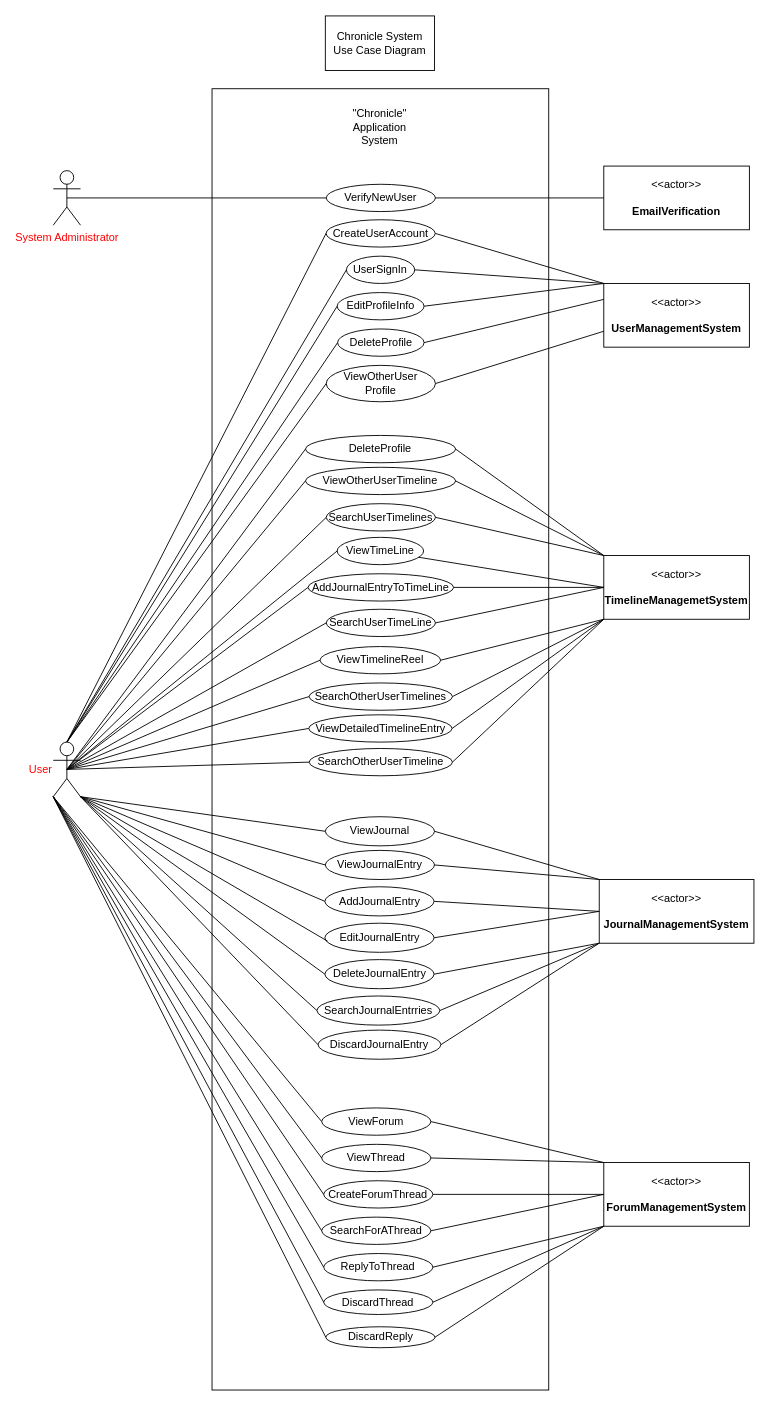
Vaibhav-G-Parmar/Chronicle-Your-Ultimate-Travel-Companion keeps this draw.io diagram as page "ApplicationSystemUseCaseDiagram" (1 of 17) of Week-7-Team-04-Use Case Diagrams (2).drawio. Above is the earlier version. Source tidied: cells renumbered, new cells numbered last; positions are measured from the earlier drawing's top-left corner, leaving out a move shared by most shapes. Both pictures are drawn from the tidied source at 91%, with x=0, y=0 at pixel (53, 15).
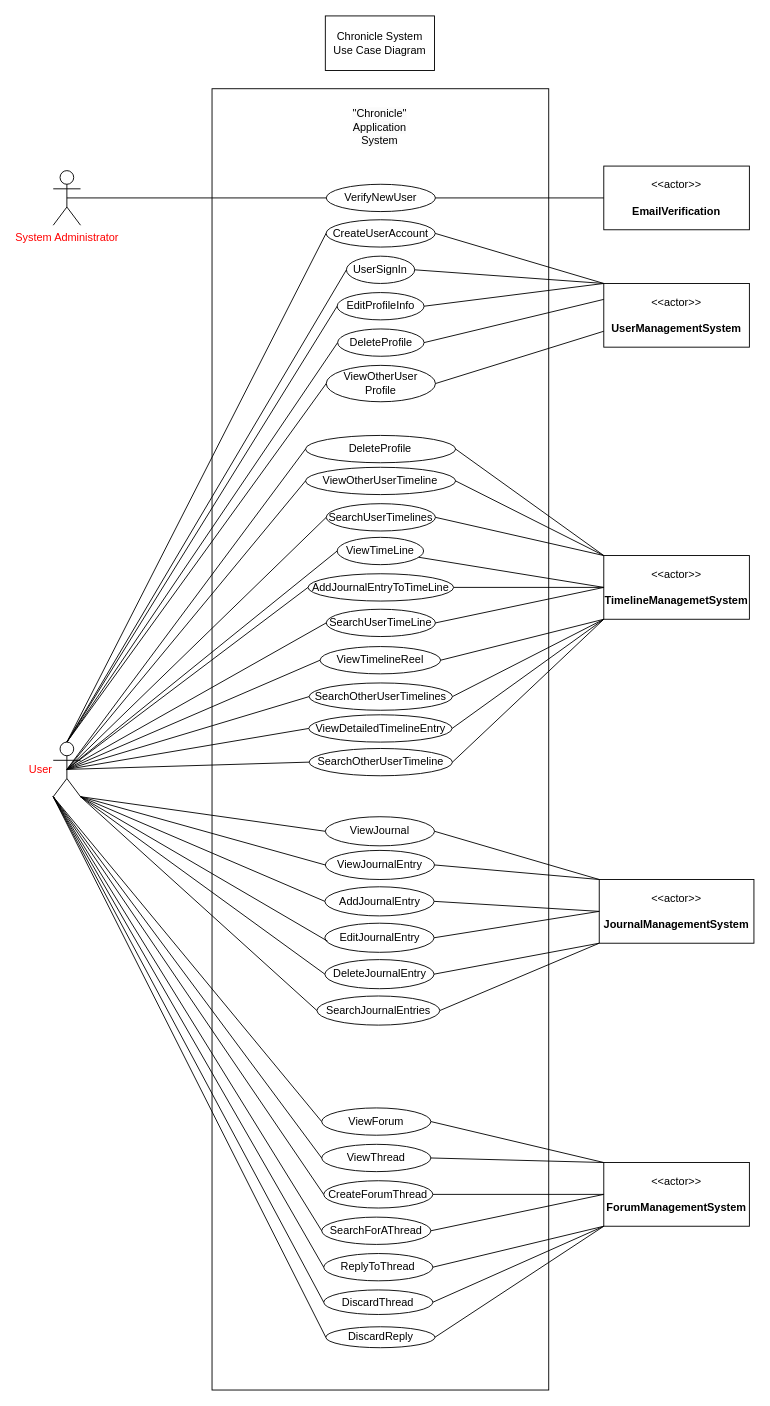
Above is the later version.

Unchanged cells that the change refers to:
```xml
<mxCell id="42" value="&amp;lt;&amp;lt;actor&amp;gt;&amp;gt;&lt;br&gt;&lt;br&gt;&lt;b&gt;JournalManagementSystem&lt;br&gt;&lt;/b&gt;" style="html=1;align=center;verticalAlign=middle;dashed=0;whiteSpace=wrap;" parent="1" vertex="1">
  <mxGeometry x="600" y="949" width="170" height="70" as="geometry" />
</mxCell>
<mxCell id="82" value="User" style="shape=umlActor;verticalLabelPosition=middle;verticalAlign=middle;html=1;outlineConnect=0;fontColor=#ff0000;labelPosition=left;align=right;" parent="1" vertex="1">
  <mxGeometry y="798" width="30" height="60" as="geometry" />
</mxCell>
```

The edit, as a diff of the source:
```diff
@@
-    <mxCell id="44" value="SearchJournalEntrries" style="ellipse;whiteSpace=wrap;html=1;" parent="1" vertex="1">
+    <mxCell id="44" value="SearchJournalEntries" style="ellipse;whiteSpace=wrap;html=1;" parent="1" vertex="1">
       <mxGeometry x="289.8" y="1077" width="135" height="32" as="geometry" />
     </mxCell>
@@
-    <mxCell id="63" value="DiscardJournalEntry" style="ellipse;whiteSpace=wrap;html=1;" parent="1" vertex="1">
-      <mxGeometry x="291" y="1114.5" width="135" height="32" as="geometry" />
-    </mxCell>
-    <mxCell id="64" style="endArrow=none;html=1;rounded=0;entryX=0;entryY=0.5;entryDx=0;entryDy=0;exitX=1;exitY=1;exitDx=0;exitDy=0;exitPerimeter=0;" parent="1" edge="1" source="82" target="63">
-      <mxGeometry relative="1" as="geometry" />
-    </mxCell>
-    <mxCell id="65" style="endArrow=none;html=1;rounded=0;exitX=1;exitY=0.5;exitDx=0;exitDy=0;entryX=0;entryY=1;entryDx=0;entryDy=0;" parent="1" edge="1" source="63" target="42">
-      <mxGeometry relative="1" as="geometry" />
-    </mxCell>
```
